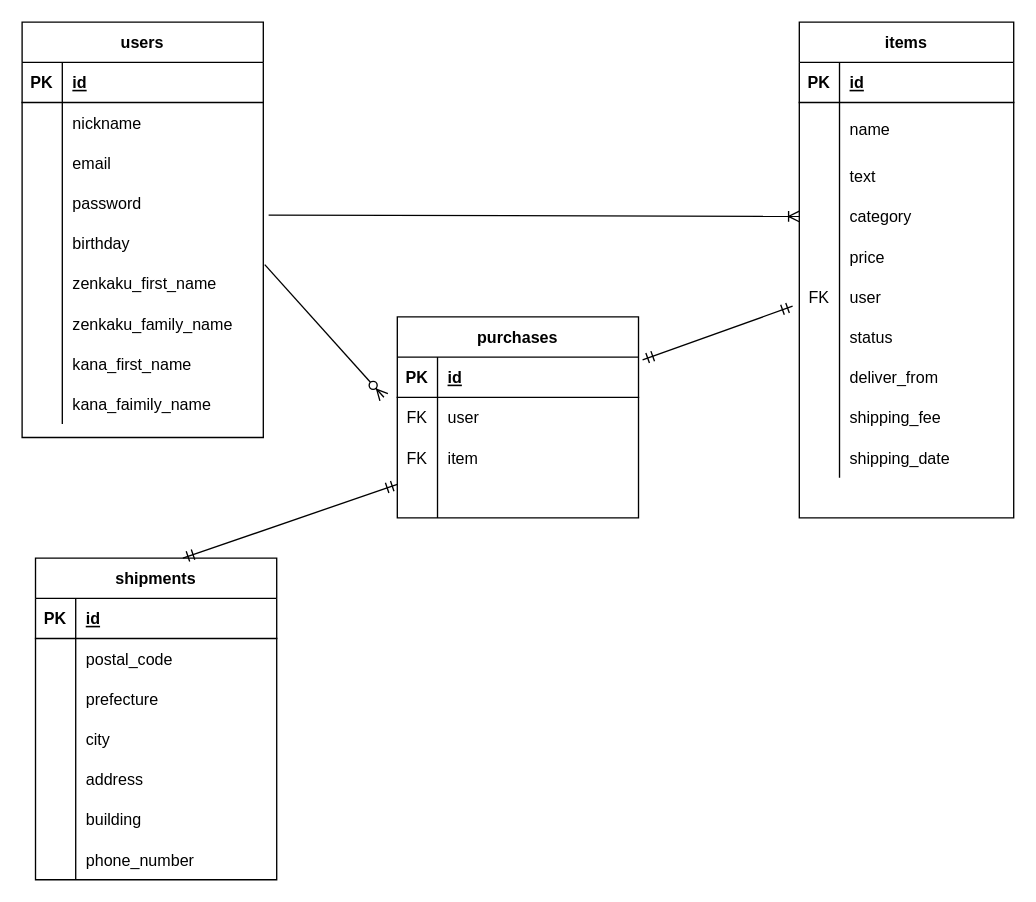
Above: test.dio in Jack9145/furima-32498 (draw.io), before the change. Source tidied: cells renumbered, new cells numbered last; positions are measured from the earlier drawing's top-left corner, leaving out a move shared by most shapes. Both pictures are drawn from the tidied source at 134%, with x=0, y=0 at pixel (21, 21).
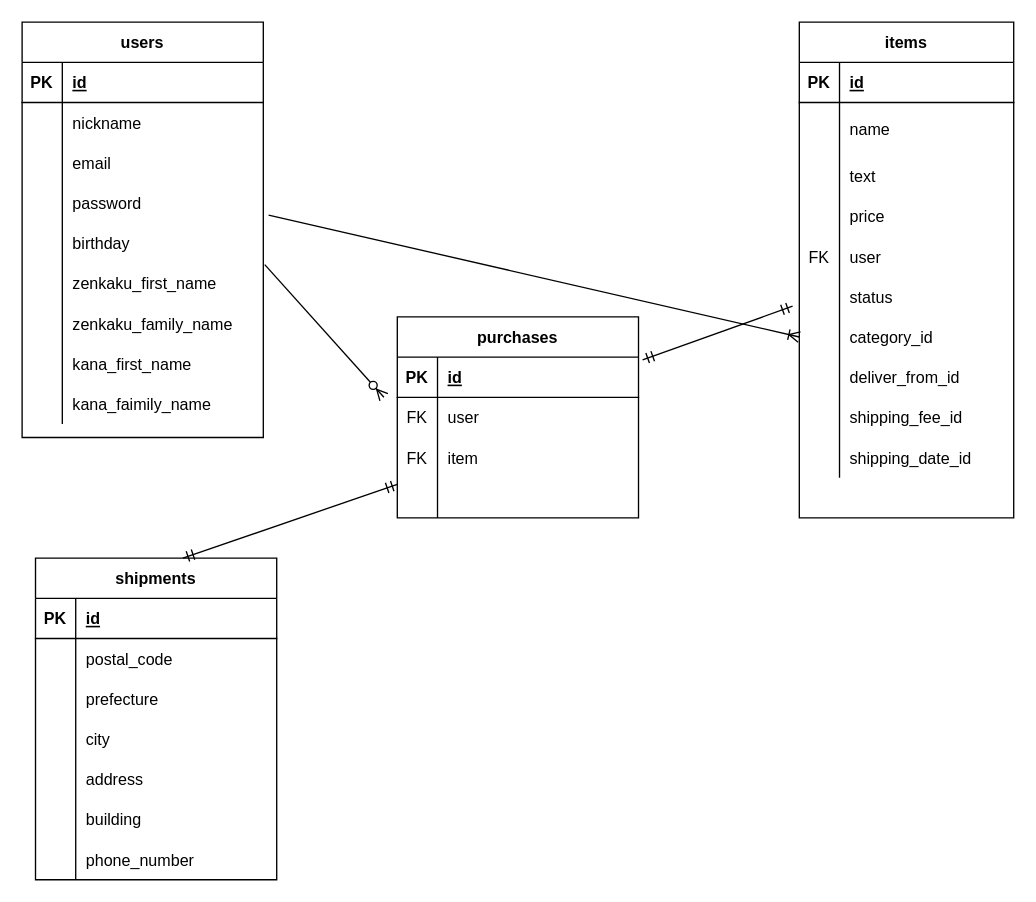
The same page after the edit.

Commit message (it also covers changes not shown here):
emailの一意性制約とactive hashのid変更

The change refers to these unchanged cells:
```xml
<mxCell id="30" value="items" style="shape=table;startSize=30;childLayout=tableLayout;rowLines=0;fontStyle=1;align=center;" parent="1" vertex="1">
  <mxGeometry x="580" width="160" height="370" as="geometry" />
</mxCell>
<mxCell id="52" style="shape=partialRectangle;fillColor=none;top=0;left=0;bottom=0;right=0;" parent="30" vertex="1">
  <mxGeometry y="250" width="160" height="30" as="geometry" />
</mxCell>
<mxCell id="55" style="shape=partialRectangle;fillColor=none;top=0;left=0;bottom=0;right=0;" parent="30" vertex="1">
  <mxGeometry y="280" width="160" height="30" as="geometry" />
</mxCell>
<mxCell id="58" style="shape=partialRectangle;fillColor=none;top=0;left=0;bottom=0;right=0;" parent="30" vertex="1">
  <mxGeometry y="310" width="160" height="30" as="geometry" />
</mxCell>
```

Diff of the diagram source:
```diff
@@
-    <mxCell id="40" style="shape=partialRectangle;fillColor=none;top=0;left=0;bottom=0;right=0;points=[[0,0.5],[1,0.5]];portConstraint=eastwest;" parent="30" vertex="1">
-      <mxGeometry y="130" width="160" height="30" as="geometry" />
-    </mxCell>
-    <mxCell id="41" style="shape=partialRectangle;fillColor=none;top=0;left=0;bottom=0;right=0;overflow=hidden;" parent="40" vertex="1">
-      <mxGeometry width="30" height="30" as="geometry" />
-    </mxCell>
-    <mxCell id="42" value="category" style="shape=partialRectangle;fillColor=none;top=0;left=0;bottom=0;right=0;align=left;spacingLeft=6;overflow=hidden;" parent="40" vertex="1">
-      <mxGeometry x="30" width="130" height="30" as="geometry" />
-    </mxCell>
     <mxCell id="43" style="shape=partialRectangle;fillColor=none;top=0;left=0;bottom=0;right=0;" parent="30" vertex="1">
-      <mxGeometry y="160" width="160" height="30" as="geometry" />
+      <mxGeometry y="130" width="160" height="30" as="geometry" />
     </mxCell>
@@
     <mxCell id="46" style="shape=partialRectangle;fillColor=none;top=0;left=0;bottom=0;right=0;" parent="30" vertex="1">
-      <mxGeometry y="190" width="160" height="30" as="geometry" />
+      <mxGeometry y="160" width="160" height="30" as="geometry" />
     </mxCell>
@@
     <mxCell id="49" style="shape=partialRectangle;fillColor=none;top=0;left=0;bottom=0;right=0;" parent="30" vertex="1">
-      <mxGeometry y="220" width="160" height="30" as="geometry" />
+      <mxGeometry y="190" width="160" height="30" as="geometry" />
     </mxCell>
@@
+    <mxCell id="40" style="shape=partialRectangle;fillColor=none;top=0;left=0;bottom=0;right=0;points=[[0,0.5],[1,0.5]];portConstraint=eastwest;" parent="30" vertex="1">
+      <mxGeometry y="220" width="160" height="30" as="geometry" />
+    </mxCell>
+    <mxCell id="41" style="shape=partialRectangle;fillColor=none;top=0;left=0;bottom=0;right=0;overflow=hidden;" parent="40" vertex="1">
+      <mxGeometry width="30" height="30" as="geometry" />
+    </mxCell>
+    <mxCell id="42" value="category_id" style="shape=partialRectangle;fillColor=none;top=0;left=0;bottom=0;right=0;align=left;spacingLeft=6;overflow=hidden;" parent="40" vertex="1">
+      <mxGeometry x="30" width="130" height="30" as="geometry" />
+    </mxCell>
@@
-    <mxCell id="54" value="deliver_from" style="shape=partialRectangle;fillColor=none;top=0;left=0;bottom=0;right=0;align=left;spacingLeft=6;overflow=hidden;" parent="52" vertex="1">
+    <mxCell id="54" value="deliver_from_id" style="shape=partialRectangle;fillColor=none;top=0;left=0;bottom=0;right=0;align=left;spacingLeft=6;overflow=hidden;" parent="52" vertex="1">
       <mxGeometry x="30" width="130" height="30" as="geometry" />
     </mxCell>
@@
-    <mxCell id="57" value="shipping_fee" style="shape=partialRectangle;fillColor=none;top=0;left=0;bottom=0;right=0;align=left;spacingLeft=6;overflow=hidden;" parent="55" vertex="1">
+    <mxCell id="57" value="shipping_fee_id" style="shape=partialRectangle;fillColor=none;top=0;left=0;bottom=0;right=0;align=left;spacingLeft=6;overflow=hidden;" parent="55" vertex="1">
       <mxGeometry x="30" width="130" height="30" as="geometry" />
     </mxCell>
@@
-    <mxCell id="60" value="shipping_date" style="shape=partialRectangle;fillColor=none;top=0;left=0;bottom=0;right=0;align=left;spacingLeft=6;overflow=hidden;" parent="58" vertex="1">
+    <mxCell id="60" value="shipping_date_id" style="shape=partialRectangle;fillColor=none;top=0;left=0;bottom=0;right=0;align=left;spacingLeft=6;overflow=hidden;" parent="58" vertex="1">
       <mxGeometry x="30" width="130" height="30" as="geometry" />
     </mxCell>
```
